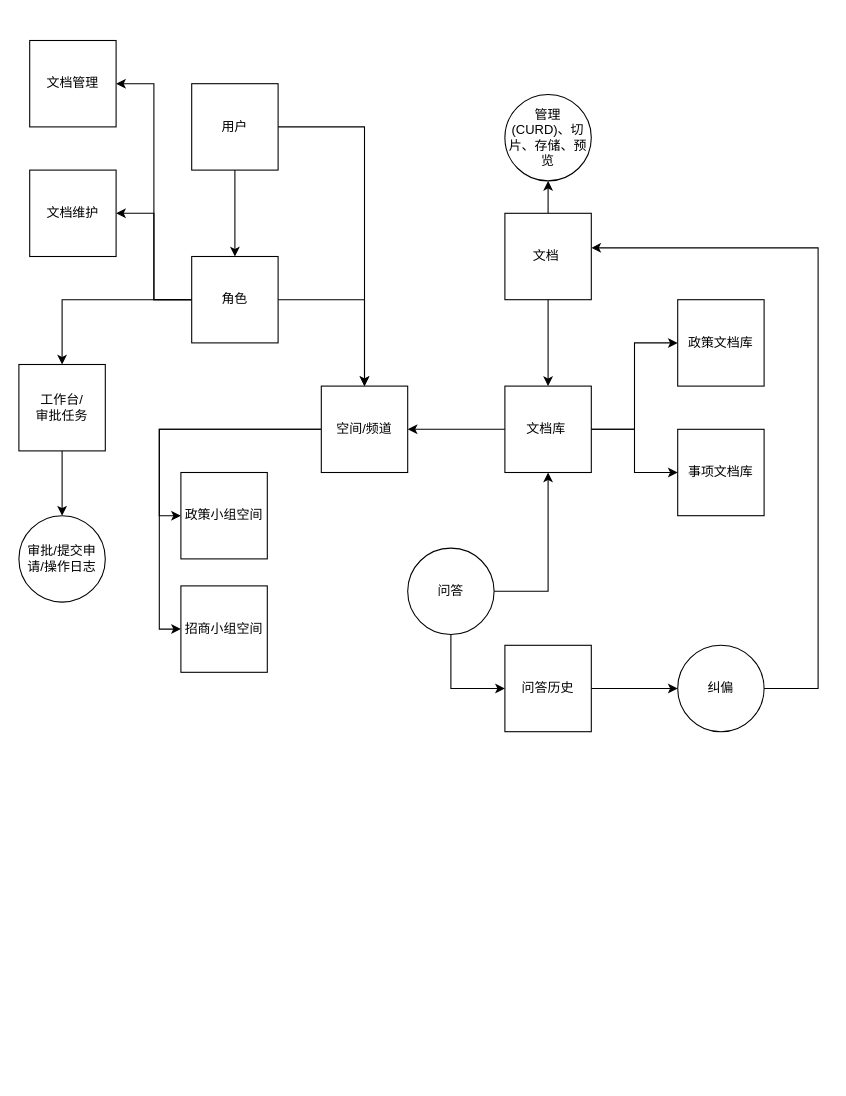
Earlier version of the draw.io diagram 未命名绘图.drawio (standfox/adapter). Source tidied: cells renumbered, new cells numbered last; positions are measured from the earlier drawing's top-left corner, leaving out a move shared by most shapes. Both pictures are drawn from the tidied source at 108%, with x=0, y=0 at pixel (18, 40).
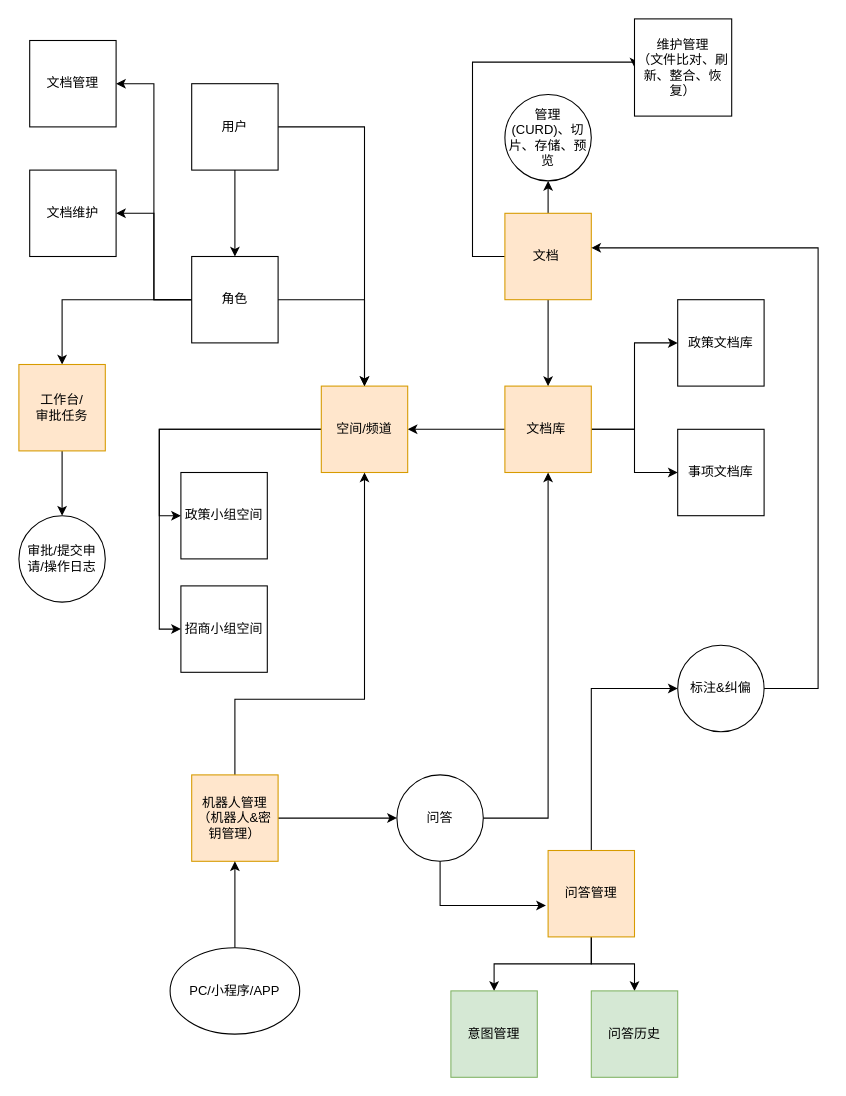
The same page after the edit.

Commit message (it also covers changes not shown here):
更新未命名绘图.drawio

Diff of the diagram source:
```diff
@@
-    <mxCell id="5" value="文档库&amp;nbsp;" style="whiteSpace=wrap;html=1;" parent="1" vertex="1">
+    <mxCell id="5" value="文档库&amp;nbsp;" style="whiteSpace=wrap;html=1;fillColor=#ffe6cc;strokeColor=#d79b00;" parent="1" vertex="1">
       <mxGeometry x="450" y="320" width="80" height="80" as="geometry" />
     </mxCell>
@@
+    <mxCell id="37" style="edgeStyle=orthogonalEdgeStyle;rounded=0;jettySize=auto;html=1;entryX=0;entryY=0.5;entryDx=0;entryDy=0;" parent="1" edge="1" source="8" target="46">
+      <mxGeometry relative="1" as="geometry">
+        <Array as="points">
+          <mxPoint x="420" y="200" />
+          <mxPoint x="420" y="20" />
+        </Array>
+      </mxGeometry>
+    </mxCell>
-    <mxCell id="8" value="文档&amp;nbsp;" style="whiteSpace=wrap;html=1;" parent="1" vertex="1">
+    <mxCell id="8" value="文档&amp;nbsp;" style="whiteSpace=wrap;html=1;fillColor=#ffe6cc;strokeColor=#d79b00;" parent="1" vertex="1">
       <mxGeometry x="450" y="160" width="80" height="80" as="geometry" />
     </mxCell>
@@
-    <mxCell id="11" value="空间/频道" style="whiteSpace=wrap;html=1;" parent="1" vertex="1">
+    <mxCell id="11" value="空间/频道" style="whiteSpace=wrap;html=1;fillColor=#ffe6cc;strokeColor=#d79b00;" parent="1" vertex="1">
       <mxGeometry x="280" y="320" width="80" height="80" as="geometry" />
     </mxCell>
@@
-    <mxCell id="27" value="工作台/&lt;div&gt;审批任务&lt;br&gt;&lt;/div&gt;" style="whiteSpace=wrap;html=1;" parent="1" vertex="1">
+    <mxCell id="27" value="工作台/&lt;div&gt;审批任务&lt;br&gt;&lt;/div&gt;" style="whiteSpace=wrap;html=1;fillColor=#ffe6cc;strokeColor=#d79b00;" parent="1" vertex="1">
       <mxGeometry y="300" width="80" height="80" as="geometry" />
     </mxCell>
@@
-    <mxCell id="31" style="edgeStyle=orthogonalEdgeStyle;rounded=0;jettySize=auto;html=1;entryX=0;entryY=0.5;entryDx=0;entryDy=0;exitX=0.5;exitY=1;exitDx=0;exitDy=0;" parent="1" edge="1" source="32" target="34">
-      <mxGeometry relative="1" as="geometry" />
-    </mxCell>
     <mxCell id="32" value="问答" style="ellipse;whiteSpace=wrap;html=1;" parent="1" vertex="1">
-      <mxGeometry x="360" y="470" width="80" height="80" as="geometry" />
+      <mxGeometry x="350" y="680" width="80" height="80" as="geometry" />
     </mxCell>
-    <mxCell id="33" style="edgeStyle=orthogonalEdgeStyle;rounded=0;jettySize=auto;html=1;exitX=1;exitY=0.5;exitDx=0;exitDy=0;entryX=0;entryY=0.5;entryDx=0;entryDy=0;" parent="1" edge="1" source="34" target="35">
+    <mxCell id="33" style="edgeStyle=orthogonalEdgeStyle;rounded=0;jettySize=auto;html=1;entryX=0;entryY=0.5;entryDx=0;entryDy=0;exitX=0.5;exitY=0;exitDx=0;exitDy=0;" parent="1" edge="1" source="34" target="35">
       <mxGeometry relative="1" as="geometry" />
     </mxCell>
+    <mxCell id="38" style="edgeStyle=orthogonalEdgeStyle;rounded=0;jettySize=auto;html=1;exitX=0.5;exitY=1;exitDx=0;exitDy=0;" parent="1" edge="1" source="34" target="45">
+      <mxGeometry relative="1" as="geometry" />
+    </mxCell>
+    <mxCell id="39" style="edgeStyle=orthogonalEdgeStyle;rounded=0;jettySize=auto;html=1;exitX=0.5;exitY=1;exitDx=0;exitDy=0;entryX=0.5;entryY=0;entryDx=0;entryDy=0;" parent="1" edge="1" source="34" target="47">
+      <mxGeometry relative="1" as="geometry" />
+    </mxCell>
-    <mxCell id="34" value="问答历史" style="whiteSpace=wrap;html=1;" parent="1" vertex="1">
-      <mxGeometry x="450" y="560" width="80" height="80" as="geometry" />
+    <mxCell id="34" value="问答管理" style="whiteSpace=wrap;html=1;fillColor=#ffe6cc;strokeColor=#d79b00;" parent="1" vertex="1">
+      <mxGeometry x="490" y="750" width="80" height="80" as="geometry" />
     </mxCell>
-    <mxCell id="35" value="纠偏" style="ellipse;whiteSpace=wrap;html=1;" parent="1" vertex="1">
+    <mxCell id="35" value="标注&amp;amp;纠偏" style="ellipse;whiteSpace=wrap;html=1;" parent="1" vertex="1">
       <mxGeometry x="610" y="560" width="80" height="80" as="geometry" />
     </mxCell>
@@
+    <mxCell id="40" style="edgeStyle=orthogonalEdgeStyle;rounded=0;jettySize=auto;html=1;exitX=0.5;exitY=0;exitDx=0;exitDy=0;" parent="1" edge="1" source="42" target="11">
+      <mxGeometry relative="1" as="geometry">
+        <Array as="points">
+          <mxPoint x="200" y="610" />
+          <mxPoint x="320" y="610" />
+        </Array>
+      </mxGeometry>
+    </mxCell>
+    <mxCell id="41" style="edgeStyle=orthogonalEdgeStyle;rounded=0;jettySize=auto;html=1;entryX=0;entryY=0.5;entryDx=0;entryDy=0;" parent="1" edge="1" source="42" target="32">
+      <mxGeometry relative="1" as="geometry" />
+    </mxCell>
+    <mxCell id="42" value="机器人管理&lt;br&gt;（机器人&amp;amp;密钥管理）" style="whiteSpace=wrap;html=1;fillColor=#ffe6cc;strokeColor=#d79b00;" parent="1" vertex="1">
+      <mxGeometry x="160" y="680" width="80" height="80" as="geometry" />
+    </mxCell>
+    <mxCell id="43" style="edgeStyle=orthogonalEdgeStyle;rounded=0;jettySize=auto;html=1;" parent="1" edge="1" source="44" target="42">
+      <mxGeometry relative="1" as="geometry" />
+    </mxCell>
+    <mxCell id="44" value="PC/小程序/APP" style="ellipse;whiteSpace=wrap;html=1;" parent="1" vertex="1">
+      <mxGeometry x="140" y="840" width="120" height="80" as="geometry" />
+    </mxCell>
+    <mxCell id="31" style="edgeStyle=orthogonalEdgeStyle;rounded=0;jettySize=auto;html=1;entryX=-0.025;entryY=0.636;entryDx=0;entryDy=0;entryPerimeter=0;exitX=0.5;exitY=1;exitDx=0;exitDy=0;" parent="1" edge="1" source="32" target="34">
+      <mxGeometry relative="1" as="geometry" />
+    </mxCell>
+    <mxCell id="45" value="意图管理" style="whiteSpace=wrap;html=1;fillColor=#d5e8d4;strokeColor=#82b366;" parent="1" vertex="1">
+      <mxGeometry x="400" y="880" width="80" height="80" as="geometry" />
+    </mxCell>
+    <mxCell id="46" value="维护管理&lt;br&gt;（文件比对、刷新、整合、恢复）" style="whiteSpace=wrap;html=1;" parent="1" vertex="1">
+      <mxGeometry x="570" y="-20" width="90" height="90" as="geometry" />
+    </mxCell>
+    <mxCell id="47" value="问答历史" style="whiteSpace=wrap;html=1;fillColor=#d5e8d4;strokeColor=#82b366;" parent="1" vertex="1">
+      <mxGeometry x="530" y="880" width="80" height="80" as="geometry" />
+    </mxCell>
```
